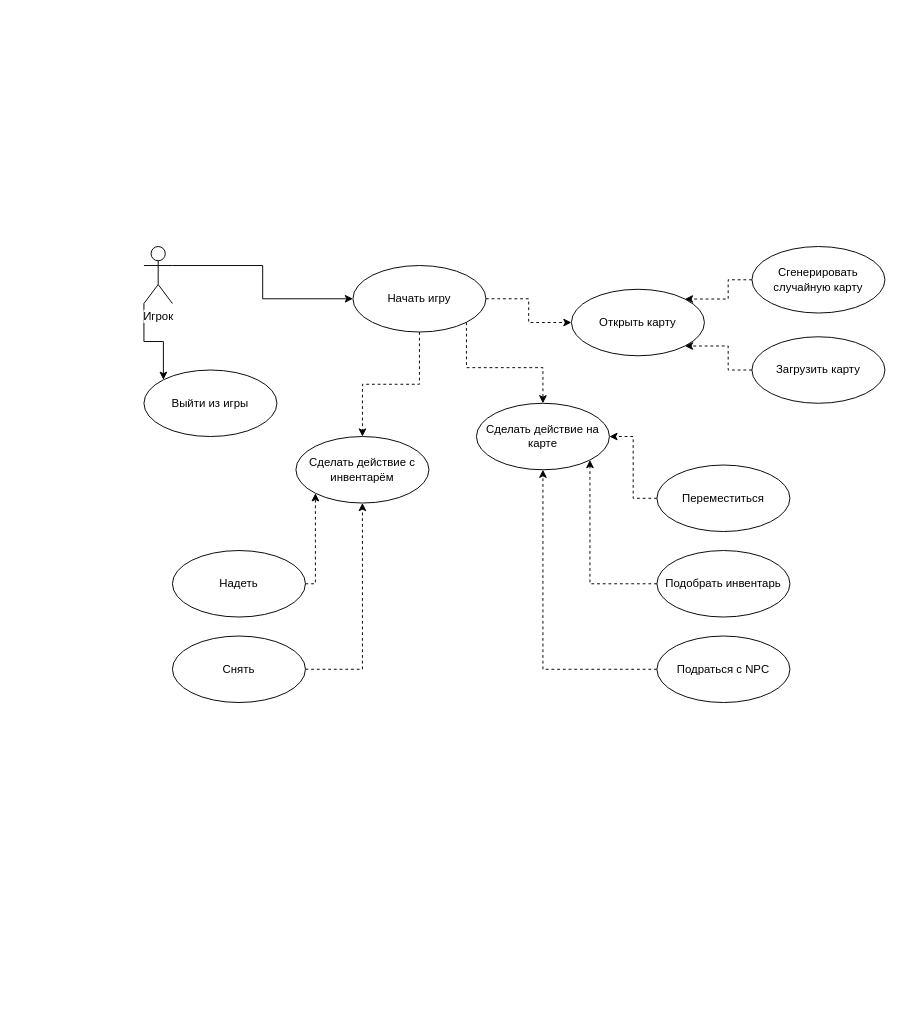
Earlier version of the draw.io diagram docs/src/useCaseDiagram.drawio (RAF96/au-2019-Roguelike). Source tidied: cells renumbered, new cells numbered last; positions are measured from the earlier drawing's top-left corner, leaving out a move shared by most shapes. Both pictures are drawn from the tidied source at 95%, with x=0, y=0 at pixel (143, 246).
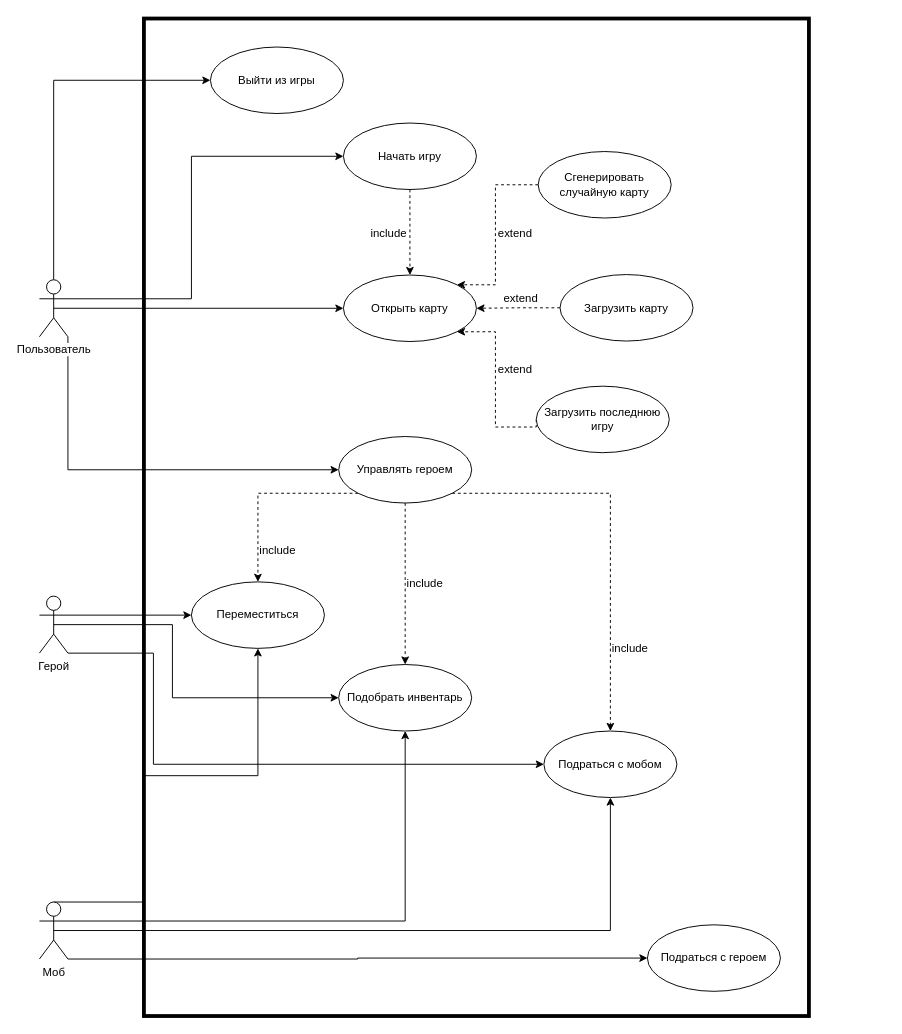
The same page after the edit.

Commit message (it also covers changes not shown here):
fix remarks: UseCaseDiagram

The edit, as a diff of the source:
```diff
@@
+    <mxCell id="3" style="edgeStyle=orthogonalEdgeStyle;rounded=0;jettySize=auto;html=1;exitX=1;exitY=0.3333333333333333;exitDx=0;exitDy=0;exitPerimeter=0;" parent="1" edge="1" source="4" target="15">
+      <mxGeometry relative="1" as="geometry">
+        <Array as="points">
+          <mxPoint x="50" y="55" />
+          <mxPoint x="50" y="-95" />
+        </Array>
+      </mxGeometry>
+    </mxCell>
+    <mxCell id="27" style="edgeStyle=orthogonalEdgeStyle;rounded=0;jettySize=auto;html=1;exitX=0.5;exitY=0.5;exitDx=0;exitDy=0;exitPerimeter=0;entryX=0;entryY=0.5;entryDx=0;entryDy=0;" parent="1" edge="1" source="4" target="5">
+      <mxGeometry relative="1" as="geometry" />
+    </mxCell>
-    <mxCell id="2" style="edgeStyle=orthogonalEdgeStyle;rounded=0;jettySize=auto;html=1;exitX=0;exitY=1;exitDx=0;exitDy=0;exitPerimeter=0;entryX=0;entryY=0;entryDx=0;entryDy=0;" parent="1" edge="1" source="4" target="6">
-      <mxGeometry relative="1" as="geometry">
-        <Array as="points">
-          <mxPoint y="100" />
-          <mxPoint x="21" y="100" />
-        </Array>
-      </mxGeometry>
+    <mxCell id="2" style="edgeStyle=orthogonalEdgeStyle;rounded=0;jettySize=auto;html=1;exitX=0.5;exitY=0;exitDx=0;exitDy=0;exitPerimeter=0;entryX=0;entryY=0.5;entryDx=0;entryDy=0;" parent="1" edge="1" source="4" target="6">
+      <mxGeometry relative="1" as="geometry" />
     </mxCell>
-    <mxCell id="3" style="edgeStyle=orthogonalEdgeStyle;rounded=0;jettySize=auto;html=1;exitX=1;exitY=0.3333333333333333;exitDx=0;exitDy=0;exitPerimeter=0;" parent="1" edge="1" source="4" target="15">
-      <mxGeometry relative="1" as="geometry" />
-    </mxCell>
+    <mxCell id="28" style="edgeStyle=orthogonalEdgeStyle;rounded=0;jettySize=auto;html=1;exitX=1;exitY=1;exitDx=0;exitDy=0;exitPerimeter=0;entryX=0;entryY=0.5;entryDx=0;entryDy=0;" parent="1" edge="1" source="4" target="42">
+      <mxGeometry relative="1" as="geometry" />
+    </mxCell>
-    <mxCell id="4" value="Игрок" style="shape=umlActor;verticalLabelPosition=bottom;labelBackgroundColor=#ffffff;verticalAlign=top;html=1;" parent="1" vertex="1">
-      <mxGeometry width="30" height="60" as="geometry" />
+    <mxCell id="4" value="Пользователь" style="shape=umlActor;verticalLabelPosition=bottom;labelBackgroundColor=#ffffff;verticalAlign=top;html=1;" parent="1" vertex="1">
+      <mxGeometry x="-110" y="35" width="30" height="60" as="geometry" />
     </mxCell>
     <mxCell id="5" value="Открыть карту" style="ellipse;whiteSpace=wrap;html=1;" parent="1" vertex="1">
-      <mxGeometry x="450" y="45" width="140" height="70" as="geometry" />
+      <mxGeometry x="210" y="30" width="140" height="70" as="geometry" />
     </mxCell>
     <mxCell id="6" value="Выйти из игры" style="ellipse;whiteSpace=wrap;html=1;" parent="1" vertex="1">
-      <mxGeometry y="130" width="140" height="70" as="geometry" />
+      <mxGeometry x="70" y="-210" width="140" height="70" as="geometry" />
     </mxCell>
     <mxCell id="7" style="edgeStyle=orthogonalEdgeStyle;rounded=0;jettySize=auto;html=1;exitX=0;exitY=0.5;exitDx=0;exitDy=0;entryX=1;entryY=0;entryDx=0;entryDy=0;dashed=1;" parent="1" edge="1" source="8" target="5">
-      <mxGeometry relative="1" as="geometry" />
+      <mxGeometry relative="1" as="geometry">
+        <Array as="points">
+          <mxPoint x="370" y="-65" />
+          <mxPoint x="370" y="40" />
+        </Array>
+      </mxGeometry>
     </mxCell>
     <mxCell id="8" value="Сгенерировать случайную карту" style="ellipse;whiteSpace=wrap;html=1;" parent="1" vertex="1">
-      <mxGeometry x="640" width="140" height="70" as="geometry" />
+      <mxGeometry x="415" y="-100" width="140" height="70" as="geometry" />
     </mxCell>
-    <mxCell id="9" style="edgeStyle=orthogonalEdgeStyle;rounded=0;jettySize=auto;html=1;exitX=0;exitY=0.5;exitDx=0;exitDy=0;entryX=1;entryY=1;entryDx=0;entryDy=0;dashed=1;" parent="1" edge="1" source="10" target="5">
+    <mxCell id="9" style="edgeStyle=orthogonalEdgeStyle;rounded=0;jettySize=auto;html=1;exitX=0;exitY=0.5;exitDx=0;exitDy=0;entryX=1;entryY=0.5;entryDx=0;entryDy=0;dashed=1;" parent="1" edge="1" source="10" target="5">
       <mxGeometry relative="1" as="geometry" />
     </mxCell>
     <mxCell id="10" value="Загрузить карту" style="ellipse;whiteSpace=wrap;html=1;" parent="1" vertex="1">
-      <mxGeometry x="640" y="95" width="140" height="70" as="geometry" />
+      <mxGeometry x="438" y="29.5" width="140" height="70" as="geometry" />
     </mxCell>
-    <mxCell id="11" value="Сделать действие на карте" style="ellipse;whiteSpace=wrap;html=1;" parent="1" vertex="1">
-      <mxGeometry x="350" y="165" width="140" height="70" as="geometry" />
-    </mxCell>
-    <mxCell id="12" style="edgeStyle=orthogonalEdgeStyle;rounded=0;jettySize=auto;html=1;exitX=1;exitY=0.5;exitDx=0;exitDy=0;dashed=1;" parent="1" edge="1" source="15" target="5">
+    <mxCell id="12" style="edgeStyle=orthogonalEdgeStyle;rounded=0;jettySize=auto;html=1;exitX=0.5;exitY=1;exitDx=0;exitDy=0;entryX=0.5;entryY=0;entryDx=0;entryDy=0;dashed=1;" parent="1" edge="1" source="15" target="5">
       <mxGeometry relative="1" as="geometry" />
     </mxCell>
-    <mxCell id="13" style="edgeStyle=orthogonalEdgeStyle;rounded=0;jettySize=auto;html=1;exitX=1;exitY=1;exitDx=0;exitDy=0;entryX=0.5;entryY=0;entryDx=0;entryDy=0;dashed=1;" parent="1" edge="1" source="15" target="11">
-      <mxGeometry relative="1" as="geometry" />
-    </mxCell>
-    <mxCell id="14" style="edgeStyle=orthogonalEdgeStyle;rounded=0;jettySize=auto;html=1;exitX=0.5;exitY=1;exitDx=0;exitDy=0;dashed=1;" parent="1" edge="1" source="15" target="22">
-      <mxGeometry relative="1" as="geometry" />
-    </mxCell>
     <mxCell id="15" value="Начать игру" style="ellipse;whiteSpace=wrap;html=1;" parent="1" vertex="1">
-      <mxGeometry x="220" y="20" width="140" height="70" as="geometry" />
+      <mxGeometry x="210" y="-130" width="140" height="70" as="geometry" />
     </mxCell>
-    <mxCell id="16" style="edgeStyle=orthogonalEdgeStyle;rounded=0;jettySize=auto;html=1;exitX=0;exitY=0.5;exitDx=0;exitDy=0;entryX=1;entryY=0.5;entryDx=0;entryDy=0;dashed=1;" parent="1" edge="1" source="17" target="11">
-      <mxGeometry relative="1" as="geometry" />
-    </mxCell>
     <mxCell id="17" value="Переместиться" style="ellipse;whiteSpace=wrap;html=1;" parent="1" vertex="1">
-      <mxGeometry x="540" y="230" width="140" height="70" as="geometry" />
+      <mxGeometry x="50" y="353" width="140" height="70" as="geometry" />
     </mxCell>
-    <mxCell id="18" style="edgeStyle=orthogonalEdgeStyle;rounded=0;jettySize=auto;html=1;exitX=0;exitY=0.5;exitDx=0;exitDy=0;entryX=0.5;entryY=1;entryDx=0;entryDy=0;dashed=1;" parent="1" edge="1" source="19" target="11">
-      <mxGeometry relative="1" as="geometry" />
-    </mxCell>
-    <mxCell id="19" value="&lt;div&gt;Подраться с NPC&lt;/div&gt;" style="ellipse;whiteSpace=wrap;html=1;" parent="1" vertex="1">
-      <mxGeometry x="540" y="410" width="140" height="70" as="geometry" />
+    <mxCell id="19" value="&lt;div&gt;Подраться с мобом&lt;br&gt;&lt;/div&gt;" style="ellipse;whiteSpace=wrap;html=1;" parent="1" vertex="1">
+      <mxGeometry x="421" y="510" width="140" height="70" as="geometry" />
     </mxCell>
-    <mxCell id="20" style="edgeStyle=orthogonalEdgeStyle;rounded=0;jettySize=auto;html=1;exitX=0;exitY=0.5;exitDx=0;exitDy=0;entryX=1;entryY=1;entryDx=0;entryDy=0;dashed=1;" parent="1" edge="1" source="21" target="11">
-      <mxGeometry relative="1" as="geometry" />
-    </mxCell>
     <mxCell id="21" value="Подобрать инвентарь" style="ellipse;whiteSpace=wrap;html=1;" parent="1" vertex="1">
-      <mxGeometry x="540" y="320" width="140" height="70" as="geometry" />
+      <mxGeometry x="205" y="440" width="140" height="70" as="geometry" />
     </mxCell>
-    <mxCell id="22" value="&lt;div&gt;Сделать действие с инвентарём&lt;/div&gt;" style="ellipse;whiteSpace=wrap;html=1;" parent="1" vertex="1">
-      <mxGeometry x="160" y="200" width="140" height="70" as="geometry" />
-    </mxCell>
-    <mxCell id="23" style="edgeStyle=orthogonalEdgeStyle;rounded=0;jettySize=auto;html=1;exitX=1;exitY=0.5;exitDx=0;exitDy=0;entryX=0;entryY=1;entryDx=0;entryDy=0;dashed=1;" parent="1" edge="1" source="24" target="22">
-      <mxGeometry relative="1" as="geometry">
-        <Array as="points">
-          <mxPoint x="181" y="355" />
-        </Array>
-      </mxGeometry>
-    </mxCell>
-    <mxCell id="24" value="Надеть" style="ellipse;whiteSpace=wrap;html=1;" parent="1" vertex="1">
-      <mxGeometry x="30" y="320" width="140" height="70" as="geometry" />
-    </mxCell>
-    <mxCell id="25" style="edgeStyle=orthogonalEdgeStyle;rounded=0;jettySize=auto;html=1;exitX=1;exitY=0.5;exitDx=0;exitDy=0;dashed=1;" parent="1" edge="1" source="26" target="22">
-      <mxGeometry relative="1" as="geometry" />
-    </mxCell>
-    <mxCell id="26" value="Снять" style="ellipse;whiteSpace=wrap;html=1;" parent="1" vertex="1">
-      <mxGeometry x="30" y="410" width="140" height="70" as="geometry" />
-    </mxCell>
+    <mxCell id="29" style="edgeStyle=orthogonalEdgeStyle;rounded=0;jettySize=auto;html=1;exitX=0;exitY=0.5;exitDx=0;exitDy=0;entryX=1;entryY=1;entryDx=0;entryDy=0;dashed=1;" parent="1" edge="1" source="30" target="5">
+      <mxGeometry relative="1" as="geometry">
+        <Array as="points">
+          <mxPoint x="370" y="190" />
+          <mxPoint x="370" y="90" />
+        </Array>
+      </mxGeometry>
+    </mxCell>
+    <mxCell id="30" value="Загрузить последнюю игру" style="ellipse;whiteSpace=wrap;html=1;" parent="1" vertex="1">
+      <mxGeometry x="413" y="147" width="140" height="70" as="geometry" />
+    </mxCell>
+    <mxCell id="31" value="include" style="text;html=1;align=left;verticalAlign=top;spacingTop=-4;" parent="1" vertex="1">
+      <mxGeometry x="237" y="-24" width="60" height="20" as="geometry" />
+    </mxCell>
+    <mxCell id="32" value="&lt;div&gt;extend&lt;/div&gt;" style="text;html=1;align=left;verticalAlign=top;spacingTop=-4;" parent="1" vertex="1">
+      <mxGeometry x="371" y="-24" width="50" height="20" as="geometry" />
+    </mxCell>
+    <mxCell id="33" value="&lt;div&gt;extend&lt;/div&gt;" style="text;html=1;align=left;verticalAlign=top;spacingTop=-4;" parent="1" vertex="1">
+      <mxGeometry x="377" y="44.5" width="50" height="20" as="geometry" />
+    </mxCell>
+    <mxCell id="34" value="&lt;div&gt;extend&lt;/div&gt;" style="text;html=1;align=left;verticalAlign=top;spacingTop=-4;" parent="1" vertex="1">
+      <mxGeometry x="371" y="120" width="50" height="20" as="geometry" />
+    </mxCell>
+    <mxCell id="35" style="edgeStyle=orthogonalEdgeStyle;rounded=0;jettySize=auto;html=1;exitX=1;exitY=0.3333333333333333;exitDx=0;exitDy=0;exitPerimeter=0;" parent="1" edge="1" source="38" target="17">
+      <mxGeometry relative="1" as="geometry" />
+    </mxCell>
+    <mxCell id="36" style="edgeStyle=orthogonalEdgeStyle;rounded=0;jettySize=auto;html=1;exitX=0.5;exitY=0.5;exitDx=0;exitDy=0;exitPerimeter=0;entryX=0;entryY=0.5;entryDx=0;entryDy=0;" parent="1" edge="1" source="38" target="21">
+      <mxGeometry relative="1" as="geometry">
+        <Array as="points">
+          <mxPoint x="30" y="398" />
+          <mxPoint x="30" y="475" />
+        </Array>
+      </mxGeometry>
+    </mxCell>
+    <mxCell id="37" style="edgeStyle=orthogonalEdgeStyle;rounded=0;jettySize=auto;html=1;exitX=1;exitY=1;exitDx=0;exitDy=0;exitPerimeter=0;entryX=0;entryY=0.5;entryDx=0;entryDy=0;" parent="1" edge="1" source="38" target="19">
+      <mxGeometry relative="1" as="geometry">
+        <Array as="points">
+          <mxPoint x="10" y="428" />
+          <mxPoint x="10" y="545" />
+        </Array>
+      </mxGeometry>
+    </mxCell>
+    <mxCell id="38" value="Герой" style="shape=umlActor;verticalLabelPosition=bottom;labelBackgroundColor=#ffffff;verticalAlign=top;html=1;" parent="1" vertex="1">
+      <mxGeometry x="-110" y="368" width="30" height="60" as="geometry" />
+    </mxCell>
+    <mxCell id="39" style="edgeStyle=orthogonalEdgeStyle;rounded=0;jettySize=auto;html=1;exitX=0;exitY=1;exitDx=0;exitDy=0;dashed=1;" parent="1" edge="1" source="42" target="17">
+      <mxGeometry relative="1" as="geometry" />
+    </mxCell>
+    <mxCell id="40" style="edgeStyle=orthogonalEdgeStyle;rounded=0;jettySize=auto;html=1;exitX=0.5;exitY=1;exitDx=0;exitDy=0;dashed=1;" parent="1" edge="1" source="42" target="21">
+      <mxGeometry relative="1" as="geometry" />
+    </mxCell>
+    <mxCell id="41" style="edgeStyle=orthogonalEdgeStyle;rounded=0;jettySize=auto;html=1;exitX=1;exitY=1;exitDx=0;exitDy=0;dashed=1;" parent="1" edge="1" source="42" target="19">
+      <mxGeometry relative="1" as="geometry" />
+    </mxCell>
+    <mxCell id="42" value="Управлять героем" style="ellipse;whiteSpace=wrap;html=1;" parent="1" vertex="1">
+      <mxGeometry x="205" y="200" width="140" height="70" as="geometry" />
+    </mxCell>
+    <mxCell id="43" value="include" style="text;html=1;align=left;verticalAlign=top;spacingTop=-4;" parent="1" vertex="1">
+      <mxGeometry x="120" y="310" width="60" height="20" as="geometry" />
+    </mxCell>
+    <mxCell id="44" value="include" style="text;html=1;align=left;verticalAlign=top;spacingTop=-4;" parent="1" vertex="1">
+      <mxGeometry x="275" y="345" width="60" height="20" as="geometry" />
+    </mxCell>
+    <mxCell id="45" value="include" style="text;html=1;align=left;verticalAlign=top;spacingTop=-4;" parent="1" vertex="1">
+      <mxGeometry x="491" y="413" width="60" height="20" as="geometry" />
+    </mxCell>
+    <mxCell id="46" style="edgeStyle=orthogonalEdgeStyle;rounded=0;jettySize=auto;html=1;exitX=0.5;exitY=0;exitDx=0;exitDy=0;exitPerimeter=0;entryX=0.5;entryY=1;entryDx=0;entryDy=0;" parent="1" edge="1" source="50" target="17">
+      <mxGeometry relative="1" as="geometry">
+        <Array as="points">
+          <mxPoint y="690" />
+          <mxPoint y="557" />
+          <mxPoint x="120" y="557" />
+        </Array>
+      </mxGeometry>
+    </mxCell>
+    <mxCell id="47" style="edgeStyle=orthogonalEdgeStyle;rounded=0;jettySize=auto;html=1;exitX=1;exitY=0.3333333333333333;exitDx=0;exitDy=0;exitPerimeter=0;entryX=0.5;entryY=1;entryDx=0;entryDy=0;" parent="1" edge="1" source="50" target="21">
+      <mxGeometry relative="1" as="geometry" />
+    </mxCell>
+    <mxCell id="48" style="edgeStyle=orthogonalEdgeStyle;rounded=0;jettySize=auto;html=1;exitX=0.5;exitY=0.5;exitDx=0;exitDy=0;exitPerimeter=0;entryX=0.5;entryY=1;entryDx=0;entryDy=0;" parent="1" edge="1" source="50" target="19">
+      <mxGeometry relative="1" as="geometry" />
+    </mxCell>
+    <mxCell id="49" style="edgeStyle=orthogonalEdgeStyle;rounded=0;jettySize=auto;html=1;exitX=1;exitY=1;exitDx=0;exitDy=0;exitPerimeter=0;entryX=0;entryY=0.5;entryDx=0;entryDy=0;" parent="1" edge="1" source="50" target="51">
+      <mxGeometry relative="1" as="geometry">
+        <Array as="points">
+          <mxPoint x="225" y="750" />
+          <mxPoint x="225" y="749" />
+        </Array>
+      </mxGeometry>
+    </mxCell>
+    <mxCell id="50" value="Моб" style="shape=umlActor;verticalLabelPosition=bottom;labelBackgroundColor=#ffffff;verticalAlign=top;html=1;" parent="1" vertex="1">
+      <mxGeometry x="-110" y="690" width="30" height="60" as="geometry" />
+    </mxCell>
+    <mxCell id="51" value="&lt;div&gt;Подраться с героем&lt;br&gt;&lt;/div&gt;" style="ellipse;whiteSpace=wrap;html=1;" parent="1" vertex="1">
+      <mxGeometry x="530" y="714" width="140" height="70" as="geometry" />
+    </mxCell>
+    <mxCell id="52" style="rounded=0;whiteSpace=wrap;html=1;fillColor=none;strokeWidth=4;" parent="1" vertex="1">
+      <mxGeometry y="-240" width="700" height="1050" as="geometry" />
+    </mxCell>
```
